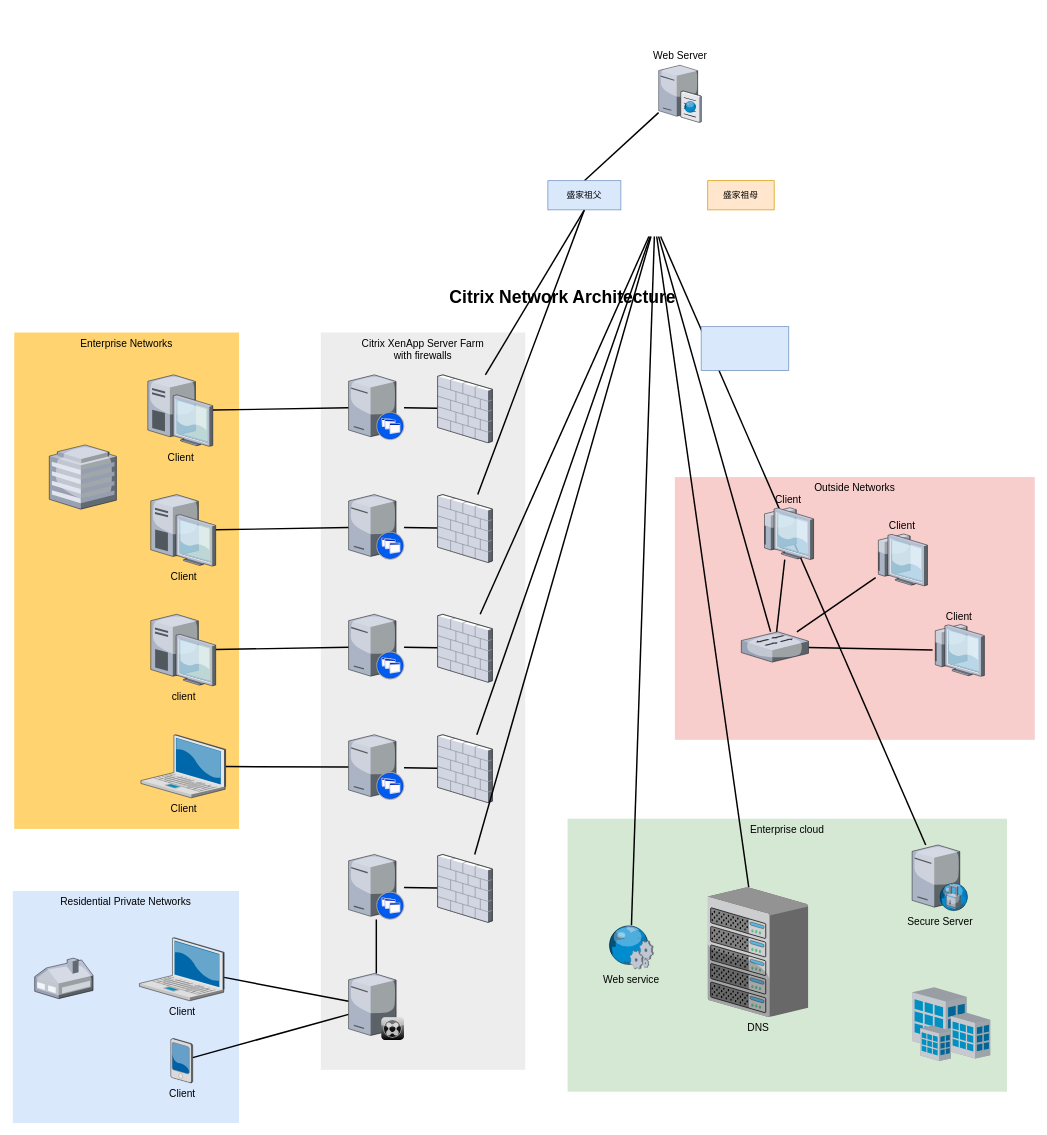
Earlier version of the draw.io diagram 未命名绘图.drawio (lixingjuan/zhifou). Source tidied: cells renumbered, new cells numbered last; positions are measured from the earlier drawing's top-left corner, leaving out a move shared by most shapes. Both pictures are drawn from the tidied source at 73%, with x=0, y=0 at pixel (12, 64).
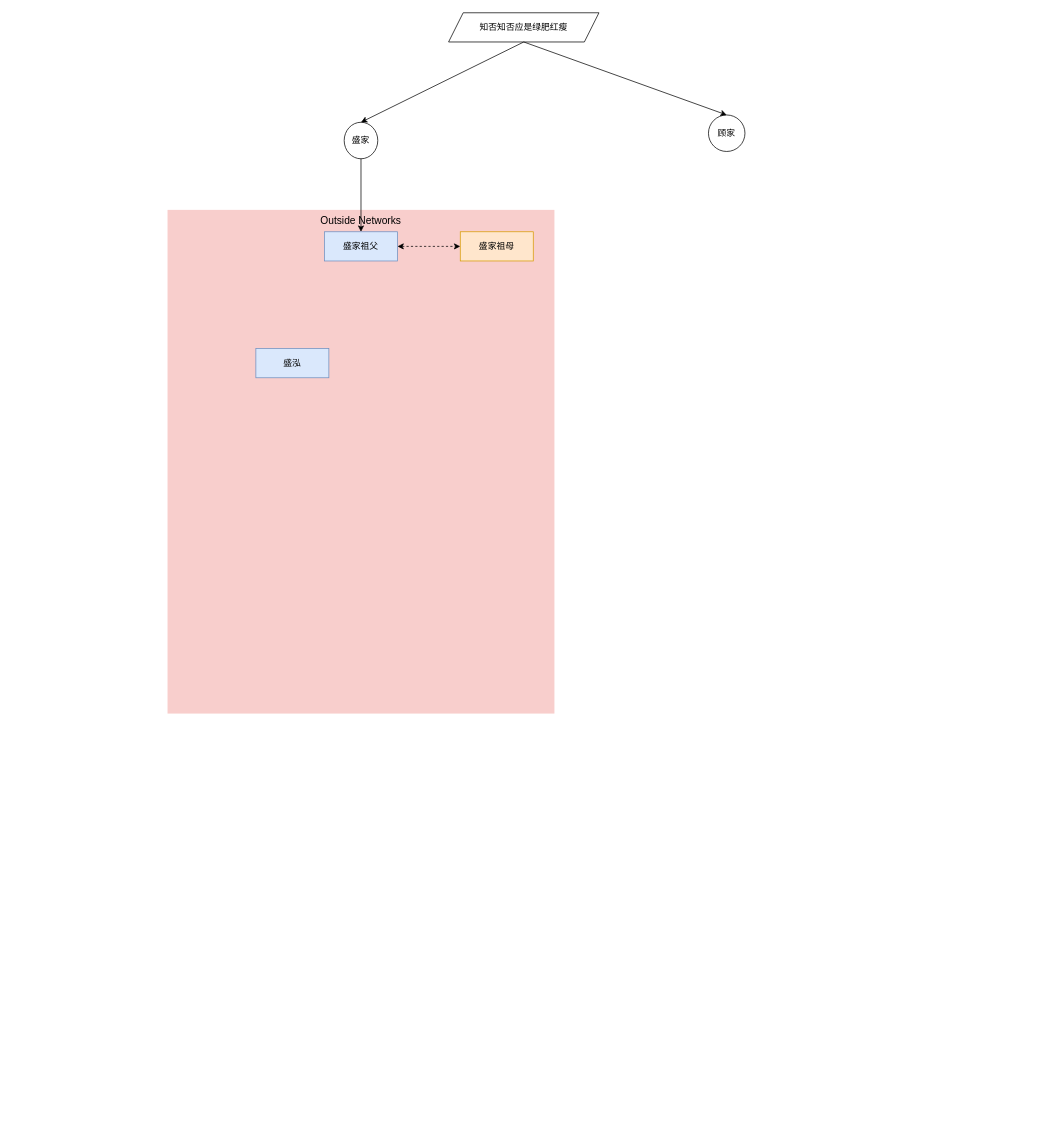
Above is the later version.

Commit message (it also covers changes not shown here):
更新未命名绘图.drawio

Change to the diagram source:
```diff
@@
     <mxCell id="2" value="Outside Networks" style="whiteSpace=wrap;html=1;fillColor=#f8cecc;fontSize=14;strokeColor=none;verticalAlign=top;" parent="1" vertex="1">
-      <mxGeometry x="907" y="566" width="493" height="360" as="geometry" />
+      <mxGeometry x="212" y="200" width="530" height="690" as="geometry" />
     </mxCell>
-    <mxCell id="3" value="Enterprise cloud" style="whiteSpace=wrap;html=1;fillColor=#d5e8d4;fontSize=14;strokeColor=none;verticalAlign=top;" parent="1" vertex="1">
-      <mxGeometry x="760" y="1034" width="602" height="374" as="geometry" />
-    </mxCell>
-    <mxCell id="4" value="Citrix XenApp Server Farm&lt;div&gt;with firewalls&lt;/div&gt;" style="whiteSpace=wrap;html=1;fillColor=#EDEDED;fontSize=14;strokeColor=none;verticalAlign=top;" parent="1" vertex="1">
-      <mxGeometry x="422" y="368" width="280" height="1010" as="geometry" />
-    </mxCell>
-    <mxCell id="5" value="Residential Private Networks" style="whiteSpace=wrap;html=1;fillColor=#dae8fc;fontSize=14;strokeColor=none;verticalAlign=top;" parent="1" vertex="1">
-      <mxGeometry y="1133" width="310" height="318" as="geometry" />
-    </mxCell>
-    <mxCell id="6" value="Enterprise Networks" style="whiteSpace=wrap;html=1;fillColor=#FFD470;gradientColor=none;fontSize=14;strokeColor=none;verticalAlign=top;" parent="1" vertex="1">
-      <mxGeometry x="2" y="368" width="308" height="680" as="geometry" />
-    </mxCell>
-    <mxCell id="7" style="edgeStyle=none;rounded=0;html=1;startSize=10;endSize=10;jettySize=auto;fontSize=14;endArrow=none;endFill=0;strokeWidth=2;" parent="1" edge="1" source="8" target="34">
-      <mxGeometry relative="1" as="geometry" />
-    </mxCell>
-    <mxCell id="8" value="Client" style="verticalLabelPosition=bottom;html=1;verticalAlign=top;strokeColor=none;shape=mxgraph.citrix.laptop_2;fillColor=#66B2FF;gradientColor=#0066CC;fontSize=14;" parent="1" vertex="1">
-      <mxGeometry x="173.5" y="1197" width="116" height="86.5" as="geometry" />
-    </mxCell>
-    <mxCell id="9" style="edgeStyle=none;rounded=0;html=1;startSize=10;endSize=10;jettySize=auto;fontSize=14;endArrow=none;endFill=0;strokeWidth=2;" parent="1" edge="1" source="10" target="22">
-      <mxGeometry relative="1" as="geometry" />
-    </mxCell>
-    <mxCell id="10" value="Client" style="verticalLabelPosition=bottom;html=1;verticalAlign=top;strokeColor=none;shape=mxgraph.citrix.laptop_2;fillColor=#66B2FF;gradientColor=#0066CC;fontSize=14;" parent="1" vertex="1">
-      <mxGeometry x="175.5" y="919" width="116" height="86.5" as="geometry" />
-    </mxCell>
-    <mxCell id="11" style="edgeStyle=none;rounded=0;html=1;startSize=10;endSize=10;jettySize=auto;fontSize=14;endArrow=none;endFill=0;strokeWidth=2;" parent="1" edge="1" source="12" target="24">
-      <mxGeometry relative="1" as="geometry" />
-    </mxCell>
-    <mxCell id="12" value="client" style="verticalLabelPosition=bottom;html=1;verticalAlign=top;strokeColor=none;shape=mxgraph.citrix.desktop;fillColor=#66B2FF;gradientColor=#0066CC;fontSize=14;" parent="1" vertex="1">
-      <mxGeometry x="189" y="754" width="89" height="98" as="geometry" />
-    </mxCell>
-    <mxCell id="13" style="edgeStyle=none;rounded=0;html=1;startSize=10;endSize=10;jettySize=auto;fontSize=14;endArrow=none;endFill=0;strokeWidth=2;" parent="1" edge="1" source="14" target="26">
-      <mxGeometry relative="1" as="geometry" />
-    </mxCell>
-    <mxCell id="14" value="Client" style="verticalLabelPosition=bottom;html=1;verticalAlign=top;strokeColor=none;shape=mxgraph.citrix.desktop;fillColor=#66B2FF;gradientColor=#0066CC;fontSize=14;" parent="1" vertex="1">
-      <mxGeometry x="189" y="590" width="89" height="98" as="geometry" />
-    </mxCell>
-    <mxCell id="15" style="edgeStyle=none;rounded=0;html=1;startSize=10;endSize=10;jettySize=auto;fontSize=14;endArrow=none;endFill=0;strokeWidth=2;" parent="1" edge="1" source="16" target="28">
-      <mxGeometry relative="1" as="geometry" />
-    </mxCell>
-    <mxCell id="16" value="Client" style="verticalLabelPosition=bottom;html=1;verticalAlign=top;strokeColor=none;shape=mxgraph.citrix.desktop;fillColor=#66B2FF;gradientColor=#0066CC;fontSize=14;" parent="1" vertex="1">
-      <mxGeometry x="185" y="426" width="89" height="98" as="geometry" />
-    </mxCell>
-    <mxCell id="17" style="edgeStyle=none;rounded=0;html=1;startSize=10;endSize=10;jettySize=auto;fontSize=14;endArrow=none;endFill=0;strokeWidth=2;" parent="1" edge="1" source="18" target="34">
-      <mxGeometry relative="1" as="geometry" />
-    </mxCell>
-    <mxCell id="18" value="Client" style="verticalLabelPosition=bottom;html=1;verticalAlign=top;strokeColor=none;shape=mxgraph.citrix.pda;fillColor=#66B2FF;gradientColor=#0066CC;fontSize=14;" parent="1" vertex="1">
-      <mxGeometry x="216.5" y="1335" width="30" height="61" as="geometry" />
-    </mxCell>
-    <mxCell id="19" style="edgeStyle=none;rounded=0;html=1;startSize=10;endSize=10;jettySize=auto;fontSize=14;endArrow=none;endFill=0;strokeWidth=2;" parent="1" edge="1" source="20" target="46">
-      <mxGeometry relative="1" as="geometry" />
-    </mxCell>
-    <mxCell id="20" style="verticalLabelPosition=bottom;html=1;verticalAlign=top;strokeColor=none;shape=mxgraph.citrix.xenapp_server;fillColor=#66B2FF;gradientColor=#0066CC;fontSize=14;" parent="1" vertex="1">
-      <mxGeometry x="460" y="1083" width="76" height="89" as="geometry" />
-    </mxCell>
-    <mxCell id="21" style="edgeStyle=none;rounded=0;html=1;startSize=10;endSize=10;jettySize=auto;fontSize=14;endArrow=none;endFill=0;strokeWidth=2;" parent="1" edge="1" source="22" target="44">
-      <mxGeometry relative="1" as="geometry" />
-    </mxCell>
-    <mxCell id="22" style="verticalLabelPosition=bottom;html=1;verticalAlign=top;strokeColor=none;shape=mxgraph.citrix.xenapp_server;fillColor=#66B2FF;gradientColor=#0066CC;fontSize=14;" parent="1" vertex="1">
-      <mxGeometry x="460" y="919" width="76" height="89" as="geometry" />
-    </mxCell>
-    <mxCell id="23" style="edgeStyle=none;rounded=0;html=1;startSize=10;endSize=10;jettySize=auto;fontSize=14;endArrow=none;endFill=0;strokeWidth=2;" parent="1" edge="1" source="24" target="42">
-      <mxGeometry relative="1" as="geometry" />
-    </mxCell>
-    <mxCell id="24" style="verticalLabelPosition=bottom;html=1;verticalAlign=top;strokeColor=none;shape=mxgraph.citrix.xenapp_server;fillColor=#66B2FF;gradientColor=#0066CC;fontSize=14;" parent="1" vertex="1">
-      <mxGeometry x="460" y="754" width="76" height="89" as="geometry" />
-    </mxCell>
-    <mxCell id="25" style="edgeStyle=none;rounded=0;html=1;startSize=10;endSize=10;jettySize=auto;fontSize=14;endArrow=none;endFill=0;strokeWidth=2;" parent="1" edge="1" source="26" target="40">
-      <mxGeometry relative="1" as="geometry" />
-    </mxCell>
-    <mxCell id="26" style="verticalLabelPosition=bottom;html=1;verticalAlign=top;strokeColor=none;shape=mxgraph.citrix.xenapp_server;fillColor=#66B2FF;gradientColor=#0066CC;fontSize=14;" parent="1" vertex="1">
-      <mxGeometry x="460" y="590" width="76" height="89" as="geometry" />
-    </mxCell>
-    <mxCell id="27" style="edgeStyle=none;rounded=0;html=1;startSize=10;endSize=10;jettySize=auto;fontSize=14;endArrow=none;endFill=0;strokeWidth=2;" parent="1" edge="1" source="28" target="38">
-      <mxGeometry relative="1" as="geometry" />
-    </mxCell>
-    <mxCell id="28" style="verticalLabelPosition=bottom;html=1;verticalAlign=top;strokeColor=none;shape=mxgraph.citrix.xenapp_server;fillColor=#66B2FF;gradientColor=#0066CC;fontSize=14;" parent="1" vertex="1">
-      <mxGeometry x="460" y="426" width="76" height="89" as="geometry" />
-    </mxCell>
-    <mxCell id="29" style="edgeStyle=none;rounded=0;html=1;startSize=10;endSize=10;jettySize=auto;fontSize=14;endArrow=none;endFill=0;strokeWidth=2;" parent="1" edge="1" target="36">
-      <mxGeometry relative="1" as="geometry">
-        <mxPoint x="882.1" y="236.5" as="sourcePoint" />
-      </mxGeometry>
-    </mxCell>
-    <mxCell id="30" style="edgeStyle=none;rounded=0;html=1;startSize=10;endSize=10;jettySize=auto;fontSize=14;endArrow=none;endFill=0;strokeWidth=2;exitX=0.5;exitY=0;exitDx=0;exitDy=0;" parent="1" edge="1" source="61" target="35">
-      <mxGeometry relative="1" as="geometry" />
-    </mxCell>
-    <mxCell id="31" style="edgeStyle=none;rounded=0;html=1;startSize=10;endSize=10;jettySize=auto;fontSize=14;endArrow=none;endFill=0;strokeWidth=2;" parent="1" edge="1" target="53">
-      <mxGeometry relative="1" as="geometry">
-        <mxPoint x="884.7" y="236.5" as="sourcePoint" />
-      </mxGeometry>
-    </mxCell>
-    <mxCell id="32" style="edgeStyle=none;rounded=0;html=1;startSize=10;endSize=10;jettySize=auto;fontSize=14;endArrow=none;endFill=0;strokeWidth=2;" parent="1" edge="1" target="49">
-      <mxGeometry relative="1" as="geometry">
-        <mxPoint x="887.5" y="236.5" as="sourcePoint" />
-      </mxGeometry>
-    </mxCell>
-    <mxCell id="33" style="edgeStyle=none;rounded=0;html=1;startSize=10;endSize=10;jettySize=auto;fontSize=14;endArrow=none;endFill=0;strokeWidth=2;" parent="1" edge="1" source="34" target="20">
-      <mxGeometry relative="1" as="geometry" />
-    </mxCell>
-    <mxCell id="34" style="verticalLabelPosition=bottom;html=1;verticalAlign=top;strokeColor=none;shape=mxgraph.citrix.xenclient_synchronizer;fillColor=#CCCCCC;gradientColor=#000000;gradientDirection=south;fontSize=14;" parent="1" vertex="1">
-      <mxGeometry x="460" y="1246" width="76" height="91" as="geometry" />
-    </mxCell>
-    <mxCell id="35" value="Web Server" style="verticalLabelPosition=top;html=1;verticalAlign=bottom;strokeColor=none;shape=mxgraph.citrix.cache_server;fillColor=#66B2FF;gradientColor=#0066CC;fontSize=14;labelPosition=center;align=center;" parent="1" vertex="1">
-      <mxGeometry x="884.7" width="58.3" height="80" as="geometry" />
-    </mxCell>
-    <mxCell id="36" value="DNS" style="verticalLabelPosition=bottom;html=1;verticalAlign=top;strokeColor=none;shape=mxgraph.citrix.chassis;fillColor=#66B2FF;gradientColor=#0066CC;fontSize=14;" parent="1" vertex="1">
-      <mxGeometry x="952" y="1128" width="137.5" height="177.5" as="geometry" />
-    </mxCell>
-    <mxCell id="37" style="edgeStyle=none;rounded=0;html=1;startSize=10;endSize=10;jettySize=auto;fontSize=14;endArrow=none;endFill=0;strokeWidth=2;entryX=0.5;entryY=1;entryDx=0;entryDy=0;" parent="1" edge="1" source="38" target="61">
-      <mxGeometry relative="1" as="geometry" />
-    </mxCell>
-    <mxCell id="38" style="verticalLabelPosition=bottom;html=1;verticalAlign=top;strokeColor=none;shape=mxgraph.citrix.firewall;fillColor=#66B2FF;gradientColor=#0066CC;fontSize=14;" parent="1" vertex="1">
-      <mxGeometry x="582" y="426" width="75" height="93" as="geometry" />
-    </mxCell>
-    <mxCell id="39" style="edgeStyle=none;rounded=0;html=1;startSize=10;endSize=10;jettySize=auto;fontSize=14;endArrow=none;endFill=0;strokeWidth=2;entryX=0.5;entryY=1;entryDx=0;entryDy=0;" parent="1" edge="1" source="40" target="61">
-      <mxGeometry relative="1" as="geometry" />
-    </mxCell>
-    <mxCell id="40" style="verticalLabelPosition=bottom;html=1;verticalAlign=top;strokeColor=none;shape=mxgraph.citrix.firewall;fillColor=#66B2FF;gradientColor=#0066CC;fontSize=14;" parent="1" vertex="1">
-      <mxGeometry x="582" y="590" width="75" height="93" as="geometry" />
-    </mxCell>
-    <mxCell id="41" style="edgeStyle=none;rounded=0;html=1;startSize=10;endSize=10;jettySize=auto;fontSize=14;endArrow=none;endFill=0;strokeWidth=2;" parent="1" edge="1" source="42">
-      <mxGeometry relative="1" as="geometry">
-        <mxPoint x="871.4" y="236.5" as="targetPoint" />
-      </mxGeometry>
-    </mxCell>
-    <mxCell id="42" style="verticalLabelPosition=bottom;html=1;verticalAlign=top;strokeColor=none;shape=mxgraph.citrix.firewall;fillColor=#66B2FF;gradientColor=#0066CC;fontSize=14;" parent="1" vertex="1">
-      <mxGeometry x="582" y="754" width="75" height="93" as="geometry" />
-    </mxCell>
-    <mxCell id="43" style="edgeStyle=none;rounded=0;html=1;startSize=10;endSize=10;jettySize=auto;fontSize=14;endArrow=none;endFill=0;strokeWidth=2;" parent="1" edge="1" source="44">
-      <mxGeometry relative="1" as="geometry">
-        <mxPoint x="873.2" y="236.5" as="targetPoint" />
-      </mxGeometry>
-    </mxCell>
-    <mxCell id="44" style="verticalLabelPosition=bottom;html=1;verticalAlign=top;strokeColor=none;shape=mxgraph.citrix.firewall;fillColor=#66B2FF;gradientColor=#0066CC;fontSize=14;" parent="1" vertex="1">
-      <mxGeometry x="582" y="919" width="75" height="93" as="geometry" />
-    </mxCell>
-    <mxCell id="45" style="edgeStyle=none;rounded=0;html=1;startSize=10;endSize=10;jettySize=auto;fontSize=14;endArrow=none;endFill=0;strokeWidth=2;" parent="1" edge="1" source="46">
-      <mxGeometry relative="1" as="geometry">
-        <mxPoint x="874.3" y="236.5" as="targetPoint" />
-      </mxGeometry>
-    </mxCell>
-    <mxCell id="46" style="verticalLabelPosition=bottom;html=1;verticalAlign=top;strokeColor=none;shape=mxgraph.citrix.firewall;fillColor=#66B2FF;gradientColor=#0066CC;fontSize=14;" parent="1" vertex="1">
-      <mxGeometry x="582" y="1083" width="75" height="93" as="geometry" />
-    </mxCell>
-    <mxCell id="47" style="verticalLabelPosition=bottom;html=1;verticalAlign=top;strokeColor=none;shape=mxgraph.citrix.home_office;fillColor=#66B2FF;gradientColor=#0066CC;fontSize=14;" parent="1" vertex="1">
-      <mxGeometry x="30" y="1225" width="80" height="55.5" as="geometry" />
-    </mxCell>
-    <mxCell id="48" style="verticalLabelPosition=bottom;html=1;verticalAlign=top;strokeColor=none;shape=mxgraph.citrix.hq_enterprise;fillColor=#66B2FF;gradientColor=#0066CC;fontSize=14;" parent="1" vertex="1">
-      <mxGeometry x="50" y="522" width="92" height="88" as="geometry" />
-    </mxCell>
-    <mxCell id="49" value="Secure Server" style="verticalLabelPosition=bottom;html=1;verticalAlign=top;strokeColor=none;shape=mxgraph.citrix.proxy_server;fillColor=#66B2FF;gradientColor=#0066CC;fontSize=14;" parent="1" vertex="1">
-      <mxGeometry x="1232" y="1070" width="76.5" height="90" as="geometry" />
-    </mxCell>
-    <mxCell id="50" style="edgeStyle=none;rounded=0;html=1;startSize=10;endSize=10;jettySize=auto;fontSize=14;endArrow=none;endFill=0;strokeWidth=2;" parent="1" edge="1" source="53" target="56">
-      <mxGeometry relative="1" as="geometry" />
-    </mxCell>
-    <mxCell id="51" style="edgeStyle=none;rounded=0;html=1;startSize=10;endSize=10;jettySize=auto;fontSize=14;endArrow=none;endFill=0;strokeWidth=2;" parent="1" edge="1" source="53" target="55">
-      <mxGeometry relative="1" as="geometry" />
-    </mxCell>
-    <mxCell id="52" style="edgeStyle=none;rounded=0;html=1;startSize=10;endSize=10;jettySize=auto;fontSize=14;endArrow=none;endFill=0;strokeWidth=2;" parent="1" edge="1" source="53" target="54">
-      <mxGeometry relative="1" as="geometry" />
-    </mxCell>
-    <mxCell id="53" style="verticalLabelPosition=bottom;html=1;verticalAlign=top;strokeColor=none;shape=mxgraph.citrix.switch;fillColor=#66B2FF;gradientColor=#0066CC;fontSize=14;" parent="1" vertex="1">
-      <mxGeometry x="998" y="778" width="92" height="41.5" as="geometry" />
-    </mxCell>
-    <mxCell id="54" value="Client" style="verticalLabelPosition=top;html=1;verticalAlign=bottom;strokeColor=none;shape=mxgraph.citrix.thin_client;fillColor=#66B2FF;gradientColor=#0066CC;fontSize=14;labelPosition=center;align=center;" parent="1" vertex="1">
-      <mxGeometry x="1260" y="768" width="71" height="71" as="geometry" />
-    </mxCell>
-    <mxCell id="55" value="Client" style="verticalLabelPosition=top;html=1;verticalAlign=bottom;strokeColor=none;shape=mxgraph.citrix.thin_client;fillColor=#66B2FF;gradientColor=#0066CC;fontSize=14;labelPosition=center;align=center;" parent="1" vertex="1">
-      <mxGeometry x="1182" y="644" width="71" height="71" as="geometry" />
-    </mxCell>
-    <mxCell id="56" value="Client" style="verticalLabelPosition=top;html=1;verticalAlign=bottom;strokeColor=none;shape=mxgraph.citrix.thin_client;fillColor=#66B2FF;gradientColor=#0066CC;fontSize=14;labelPosition=center;align=center;" parent="1" vertex="1">
-      <mxGeometry x="1026" y="608" width="71" height="71" as="geometry" />
-    </mxCell>
-    <mxCell id="57" style="edgeStyle=none;rounded=0;html=1;startSize=10;endSize=10;jettySize=auto;fontSize=14;endArrow=none;endFill=0;strokeWidth=2;" parent="1" edge="1" source="58">
-      <mxGeometry relative="1" as="geometry">
-        <mxPoint x="878.9" y="236.5" as="targetPoint" />
-      </mxGeometry>
-    </mxCell>
-    <mxCell id="58" value="Web service" style="verticalLabelPosition=bottom;html=1;verticalAlign=top;strokeColor=none;shape=mxgraph.citrix.web_service;fillColor=#66B2FF;gradientColor=#0066CC;fontSize=14;" parent="1" vertex="1">
-      <mxGeometry x="815" y="1180" width="63" height="60" as="geometry" />
-    </mxCell>
-    <mxCell id="59" style="verticalLabelPosition=bottom;html=1;verticalAlign=top;strokeColor=none;shape=mxgraph.citrix.site;fillColor=#66B2FF;gradientColor=#0066CC;fontSize=14;" parent="1" vertex="1">
-      <mxGeometry x="1232" y="1265" width="107" height="101" as="geometry" />
-    </mxCell>
-    <mxCell id="60" value="Citrix Network Architecture" style="text;strokeColor=none;fillColor=none;html=1;fontSize=24;fontStyle=1;verticalAlign=middle;align=center;" parent="1" vertex="1">
-      <mxGeometry x="322" y="300" width="861" height="40" as="geometry" />
-    </mxCell>
     <mxCell id="61" value="盛家祖父" style="rounded=0;whiteSpace=wrap;html=1;fillColor=#dae8fc;strokeColor=#6c8ebf;" parent="1" vertex="1">
-      <mxGeometry x="733" y="160" width="100" height="40" as="geometry" />
+      <mxGeometry x="427" y="230" width="100" height="40" as="geometry" />
     </mxCell>
     <mxCell id="62" value="盛家祖母" style="rounded=0;whiteSpace=wrap;html=1;fillColor=#ffe6cc;strokeColor=#d79b00;" parent="1" vertex="1">
-      <mxGeometry x="952" y="160" width="91" height="40" as="geometry" />
+      <mxGeometry x="613" y="230" width="100" height="40" as="geometry" />
     </mxCell>
-    <mxCell id="63" style="rounded=0;whiteSpace=wrap;html=1;fillColor=#dae8fc;strokeColor=#6c8ebf;" parent="1" vertex="1">
-      <mxGeometry x="943" y="360" width="120" height="60" as="geometry" />
-    </mxCell>
+    <mxCell id="64" value="盛泓" style="rounded=0;whiteSpace=wrap;html=1;fillColor=#dae8fc;strokeColor=#6c8ebf;" parent="1" vertex="1">
+      <mxGeometry x="333" y="390" width="100" height="40" as="geometry" />
+    </mxCell>
+    <mxCell id="65" value="顾家" style="ellipse;whiteSpace=wrap;html=1;" parent="1" vertex="1">
+      <mxGeometry x="953" y="70" width="50" height="50" as="geometry" />
+    </mxCell>
+    <mxCell id="66" value="知否知否应是绿肥红瘦" style="shape=parallelogram;perimeter=parallelogramPerimeter;whiteSpace=wrap;html=1;fixedSize=1;" parent="1" vertex="1">
+      <mxGeometry x="597" y="-70" width="206" height="40" as="geometry" />
+    </mxCell>
+    <mxCell id="67" value="盛家" style="ellipse;whiteSpace=wrap;html=1;" parent="1" vertex="1">
+      <mxGeometry x="454" y="80" width="46" height="50" as="geometry" />
+    </mxCell>
+    <mxCell id="68" style="endArrow=classic;html=1;rounded=0;exitX=0.5;exitY=1;exitDx=0;exitDy=0;entryX=0.5;entryY=0;entryDx=0;entryDy=0;" parent="1" edge="1" source="66" target="67">
+      <mxGeometry relative="1" as="geometry" />
+    </mxCell>
+    <mxCell id="69" style="endArrow=classic;html=1;rounded=0;exitX=0.5;exitY=1;exitDx=0;exitDy=0;entryX=0.5;entryY=0;entryDx=0;entryDy=0;" parent="1" edge="1" source="66" target="65">
+      <mxGeometry relative="1" as="geometry" />
+    </mxCell>
+    <mxCell id="70" style="endArrow=classic;html=1;rounded=0;exitX=0.5;exitY=1;exitDx=0;exitDy=0;" parent="1" edge="1" source="67" target="61">
+      <mxGeometry relative="1" as="geometry" />
+    </mxCell>
+    <mxCell id="71" style="endArrow=classic;startArrow=classic;html=1;rounded=0;exitX=1;exitY=0.5;exitDx=0;exitDy=0;dashed=1;" parent="1" edge="1" source="61" target="62">
+      <mxGeometry relative="1" as="geometry" />
+    </mxCell>
```
